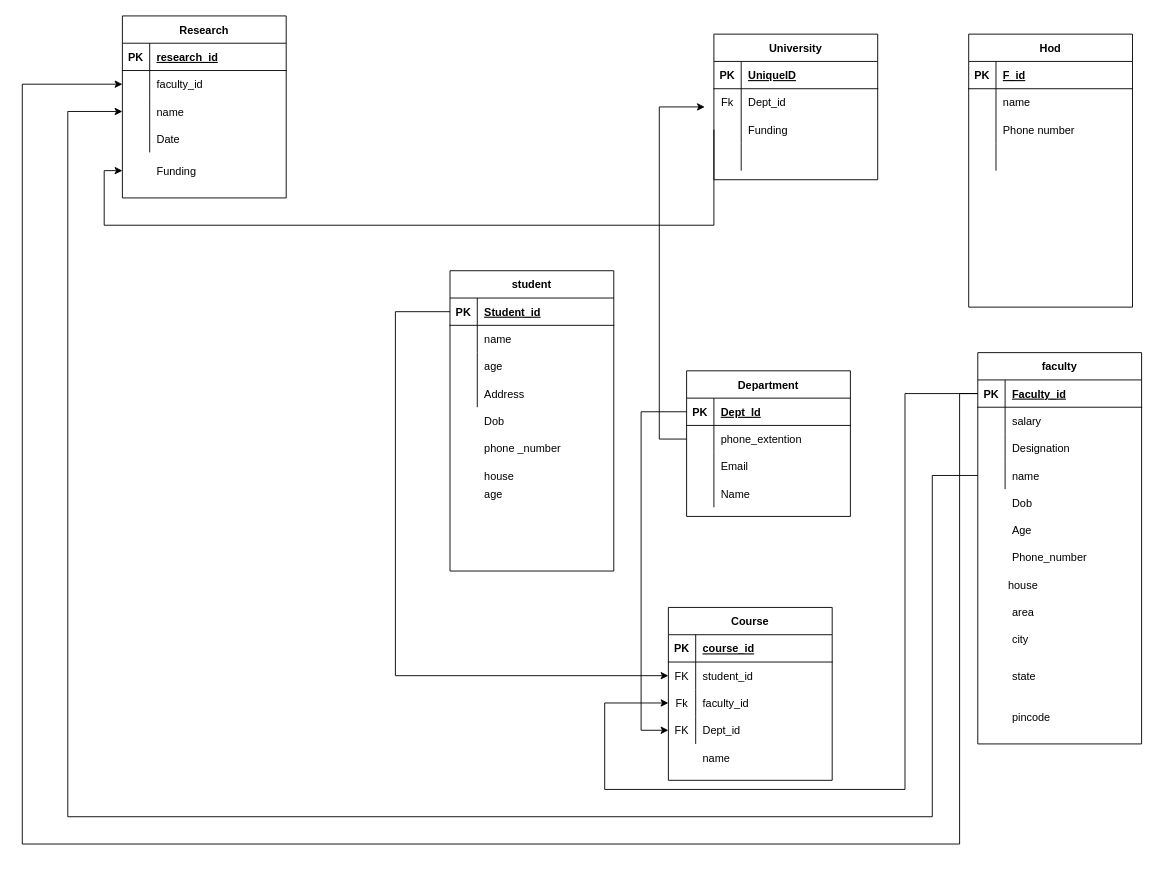
Before: Untitled Diagram.drawio in ckarandev010/DBMS-schema, a draw.io diagram. Source tidied: cells renumbered, new cells numbered last; positions are measured from the earlier drawing's top-left corner, leaving out a move shared by most shapes. Both pictures are drawn from the tidied source at 91%, with x=0, y=0 at pixel (22, 15).
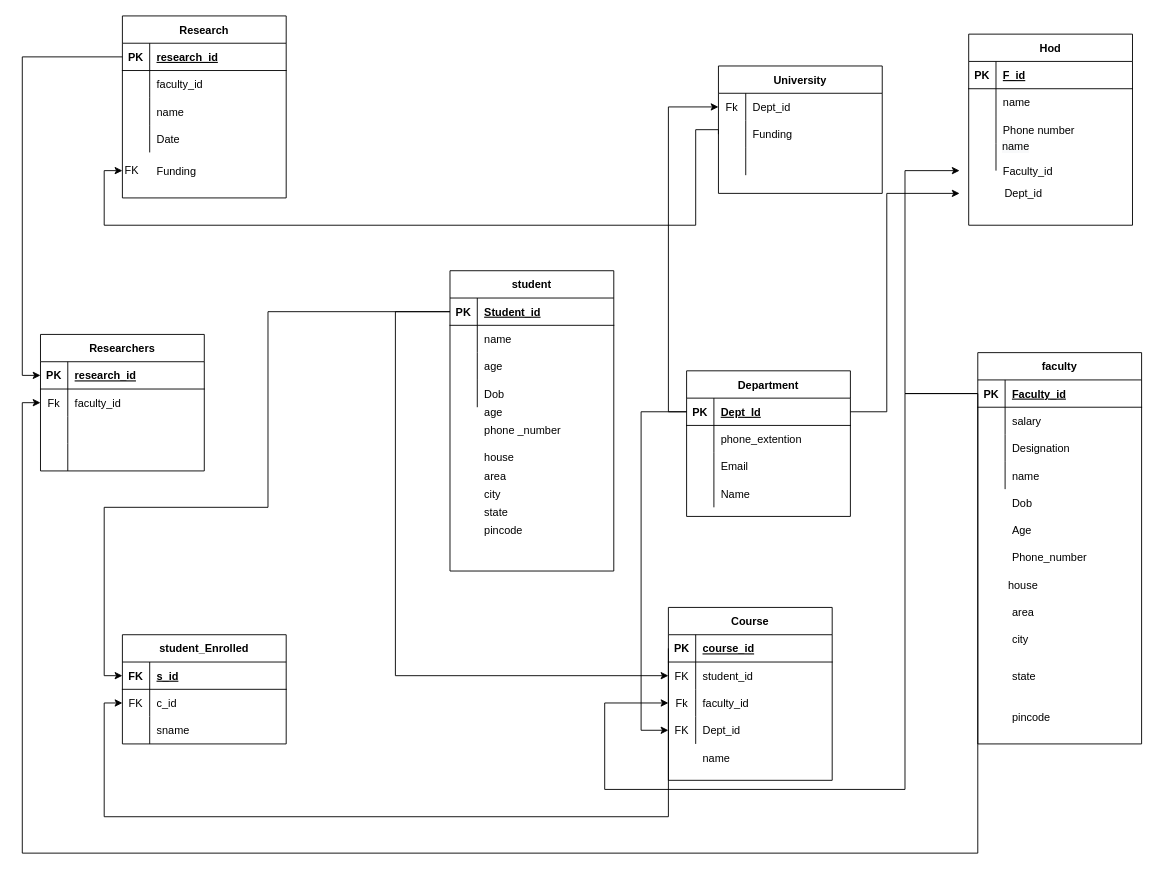
The same page after the edit.

Unchanged cells that the change refers to:
```xml
<mxCell id="3" style="shape=partialRectangle;fillColor=none;top=0;left=0;bottom=1;right=0;points=[[0,0.5],[1,0.5]];portConstraint=eastwest;" parent="2" vertex="1">
  <mxGeometry y="30" width="180" height="30" as="geometry" />
</mxCell>
<mxCell id="12" style="shape=partialRectangle;fillColor=none;top=0;left=0;bottom=0;right=0;" parent="2" vertex="1">
  <mxGeometry y="120" width="180" height="30" as="geometry" />
</mxCell>
<mxCell id="16" style="shape=partialRectangle;fillColor=none;top=0;left=0;bottom=1;right=0;points=[[0,0.5],[1,0.5]];portConstraint=eastwest;" parent="15" vertex="1">
  <mxGeometry y="30" width="180" height="30" as="geometry" />
</mxCell>
<mxCell id="25" style="shape=partialRectangle;fillColor=none;top=0;left=0;bottom=0;right=0;points=[[0,0.5],[1,0.5]];portConstraint=eastwest;" parent="15" vertex="1">
  <mxGeometry y="120" width="180" height="30" as="geometry" />
</mxCell>
<mxCell id="35" style="shape=partialRectangle;fillColor=none;top=0;left=0;bottom=1;right=0;points=[[0,0.5],[1,0.5]];portConstraint=eastwest;" parent="34" vertex="1">
  <mxGeometry y="30" width="180" height="30" as="geometry" />
</mxCell>
<mxCell id="57" style="shape=partialRectangle;fillColor=none;top=0;left=0;bottom=1;right=0;points=[[0,0.5],[1,0.5]];portConstraint=eastwest;" parent="56" vertex="1">
  <mxGeometry y="30" width="180" height="30" as="geometry" />
</mxCell>
<mxCell id="60" style="shape=partialRectangle;fillColor=none;top=0;left=0;bottom=0;right=0;points=[[0,0.5],[1,0.5]];portConstraint=eastwest;" parent="56" vertex="1">
  <mxGeometry y="60" width="180" height="30" as="geometry" />
</mxCell>
<mxCell id="125" style="shape=partialRectangle;fillColor=none;top=0;left=0;bottom=1;right=0;points=[[0,0.5],[1,0.5]];portConstraint=eastwest;" parent="124" vertex="1">
  <mxGeometry y="30" width="180" height="30" as="geometry" />
</mxCell>
<mxCell id="128" style="shape=partialRectangle;fillColor=none;top=0;left=0;bottom=0;right=0;points=[[0,0.5],[1,0.5]];portConstraint=eastwest;" parent="124" vertex="1">
  <mxGeometry y="60" width="180" height="30" as="geometry" />
</mxCell>
<mxCell id="131" style="shape=partialRectangle;fillColor=none;top=0;left=0;bottom=0;right=0;points=[[0,0.5],[1,0.5]];portConstraint=eastwest;" parent="124" vertex="1">
  <mxGeometry y="90" width="180" height="30" as="geometry" />
</mxCell>
```

What changed in the source:
```diff
@@
-    <mxCell id="14" value="Address" style="shape=partialRectangle;fillColor=none;top=0;left=0;bottom=0;right=0;align=left;spacingLeft=6;overflow=hidden;" parent="12" vertex="1">
+    <mxCell id="14" style="shape=partialRectangle;fillColor=none;top=0;left=0;bottom=0;right=0;align=left;spacingLeft=6;overflow=hidden;" parent="12" vertex="1">
       <mxGeometry x="30" width="150" height="30" as="geometry" />
     </mxCell>
@@
     <mxCell id="47" style="shape=partialRectangle;fillColor=none;top=0;left=0;bottom=0;right=0;" parent="1" vertex="1">
-      <mxGeometry x="470" y="430" width="180" height="30" as="geometry" />
+      <mxGeometry x="470" y="400" width="180" height="30" as="geometry" />
     </mxCell>
@@
     <mxCell id="50" style="shape=partialRectangle;fillColor=none;top=0;left=0;bottom=0;right=0;" parent="1" vertex="1">
-      <mxGeometry x="470" y="460" width="180" height="30" as="geometry" />
+      <mxGeometry x="470" y="440" width="180" height="30" as="geometry" />
     </mxCell>
@@
     <mxCell id="69" value="University" style="shape=table;startSize=30;childLayout=tableLayout;rowLines=0;fontStyle=1;align=center;" parent="1" vertex="1">
-      <mxGeometry x="760" y="20" width="180" height="160" as="geometry" />
+      <mxGeometry x="765" y="55" width="180" height="140" as="geometry" />
     </mxCell>
-    <mxCell id="70" style="shape=partialRectangle;fillColor=none;top=0;left=0;bottom=1;right=0;" parent="69" vertex="1">
-      <mxGeometry y="30" width="180" height="30" as="geometry" />
-    </mxCell>
-    <mxCell id="71" value="PK" style="shape=partialRectangle;fillColor=none;top=0;left=0;bottom=0;right=0;fontStyle=1;overflow=hidden;" parent="70" vertex="1">
-      <mxGeometry width="30" height="30" as="geometry" />
-    </mxCell>
-    <mxCell id="72" value="UniqueID" style="shape=partialRectangle;fillColor=none;top=0;left=0;bottom=0;right=0;align=left;spacingLeft=6;fontStyle=5;overflow=hidden;" parent="70" vertex="1">
-      <mxGeometry x="30" width="150" height="30" as="geometry" />
-    </mxCell>
     <mxCell id="73" style="shape=partialRectangle;fillColor=none;top=0;left=0;bottom=0;right=0;points=[[0,0.5],[1,0.5]];portConstraint=eastwest;" parent="69" vertex="1">
-      <mxGeometry y="60" width="180" height="30" as="geometry" />
+      <mxGeometry y="30" width="180" height="30" as="geometry" />
     </mxCell>
@@
     <mxCell id="76" style="shape=partialRectangle;fillColor=none;top=0;left=0;bottom=0;right=0;points=[[0,0.5],[1,0.5]];portConstraint=eastwest;" parent="69" vertex="1">
-      <mxGeometry y="90" width="180" height="30" as="geometry" />
+      <mxGeometry y="60" width="180" height="30" as="geometry" />
     </mxCell>
@@
     <mxCell id="79" style="shape=partialRectangle;fillColor=none;top=0;left=0;bottom=0;right=0;" parent="69" vertex="1">
-      <mxGeometry y="120" width="180" height="30" as="geometry" />
+      <mxGeometry y="90" width="180" height="30" as="geometry" />
     </mxCell>
@@
-    <mxCell id="101" style="edgeStyle=orthogonalEdgeStyle;rounded=0;jettySize=auto;html=1;exitX=0;exitY=0.5;exitDx=0;exitDy=0;" parent="1" edge="1" source="60">
-      <mxGeometry relative="1" as="geometry">
-        <mxPoint x="750" y="100" as="targetPoint" />
-        <Array as="points">
-          <mxPoint x="700" y="465" />
-          <mxPoint x="700" y="100" />
-        </Array>
-      </mxGeometry>
-    </mxCell>
     <mxCell id="102" style="shape=partialRectangle;fillColor=none;top=0;left=0;bottom=0;right=0;" parent="1" vertex="1">
-      <mxGeometry x="470" y="490" width="180" height="30" as="geometry" />
+      <mxGeometry x="470" y="470" width="180" height="30" as="geometry" />
     </mxCell>
@@
     <mxCell id="105" style="shape=partialRectangle;fillColor=none;top=0;left=0;bottom=0;right=0;" parent="1" vertex="1">
-      <mxGeometry x="470" y="510" width="180" height="30" as="geometry" />
+      <mxGeometry x="470" y="420" width="180" height="30" as="geometry" />
     </mxCell>
@@
     <mxCell id="111" value="Hod" style="shape=table;startSize=30;childLayout=tableLayout;rowLines=0;fontStyle=1;align=center;" parent="1" vertex="1">
-      <mxGeometry x="1040" y="20" width="180" height="300" as="geometry" />
+      <mxGeometry x="1040" y="20" width="180" height="210" as="geometry" />
     </mxCell>
@@
-    <mxCell id="137" style="edgeStyle=orthogonalEdgeStyle;rounded=0;jettySize=auto;html=1;exitX=0;exitY=0.5;exitDx=0;exitDy=0;entryX=0;entryY=0.5;entryDx=0;entryDy=0;" parent="1" edge="1" source="16" target="128">
-      <mxGeometry relative="1" as="geometry">
-        <Array as="points">
-          <mxPoint x="1030" y="415" />
-          <mxPoint x="1030" y="910" />
-          <mxPoint y="910" />
-          <mxPoint y="75" />
-        </Array>
-      </mxGeometry>
-    </mxCell>
-    <mxCell id="138" style="edgeStyle=orthogonalEdgeStyle;rounded=0;jettySize=auto;html=1;exitX=0;exitY=0.5;exitDx=0;exitDy=0;entryX=0;entryY=0.5;entryDx=0;entryDy=0;" parent="1" edge="1" source="25" target="131">
-      <mxGeometry relative="1" as="geometry">
-        <Array as="points">
-          <mxPoint x="1000" y="505" />
-          <mxPoint x="1000" y="880" />
-          <mxPoint x="50" y="880" />
-          <mxPoint x="50" y="105" />
-        </Array>
-      </mxGeometry>
-    </mxCell>
@@
     <mxCell id="140" style="edgeStyle=orthogonalEdgeStyle;rounded=0;jettySize=auto;html=1;exitX=0;exitY=0.5;exitDx=0;exitDy=0;" parent="1" edge="1" source="76">
       <mxGeometry relative="1" as="geometry">
         <mxPoint x="110" y="170" as="targetPoint" />
         <Array as="points">
-          <mxPoint x="760" y="230" />
+          <mxPoint x="740" y="125" />
+          <mxPoint x="740" y="230" />
           <mxPoint x="90" y="230" />
+          <mxPoint x="90" y="170" />
         </Array>
       </mxGeometry>
     </mxCell>
+    <mxCell id="141" value="Researchers" style="shape=table;startSize=30;childLayout=tableLayout;rowLines=0;fontStyle=1;align=center;" parent="1" vertex="1">
+      <mxGeometry x="20" y="350" width="180" height="150" as="geometry" />
+    </mxCell>
+    <mxCell id="142" style="shape=partialRectangle;fillColor=none;top=0;left=0;bottom=1;right=0;points=[[0,0.5],[1,0.5]];portConstraint=eastwest;" parent="141" vertex="1">
+      <mxGeometry y="30" width="180" height="30" as="geometry" />
+    </mxCell>
+    <mxCell id="71" value="PK" style="shape=partialRectangle;fillColor=none;top=0;left=0;bottom=0;right=0;fontStyle=1;overflow=hidden;" parent="142" vertex="1">
+      <mxGeometry width="30" height="30" as="geometry" />
+    </mxCell>
+    <mxCell id="143" value="research_id" style="shape=partialRectangle;fillColor=none;top=0;left=0;bottom=0;right=0;align=left;spacingLeft=6;fontStyle=5;overflow=hidden;" parent="142" vertex="1">
+      <mxGeometry x="30" width="150" height="30" as="geometry" />
+    </mxCell>
+    <mxCell id="144" style="shape=partialRectangle;fillColor=none;top=0;left=0;bottom=0;right=0;points=[[0,0.5],[1,0.5]];portConstraint=eastwest;" parent="141" vertex="1">
+      <mxGeometry y="60" width="180" height="30" as="geometry" />
+    </mxCell>
+    <mxCell id="145" value="Fk" style="shape=partialRectangle;fillColor=none;top=0;left=0;bottom=0;right=0;overflow=hidden;" parent="144" vertex="1">
+      <mxGeometry width="30" height="30" as="geometry" />
+    </mxCell>
+    <mxCell id="146" value="faculty_id" style="shape=partialRectangle;fillColor=none;top=0;left=0;bottom=0;right=0;align=left;spacingLeft=6;overflow=hidden;" parent="144" vertex="1">
+      <mxGeometry x="30" width="150" height="30" as="geometry" />
+    </mxCell>
+    <mxCell id="147" style="shape=partialRectangle;fillColor=none;top=0;left=0;bottom=0;right=0;" parent="141" vertex="1">
+      <mxGeometry y="90" width="180" height="30" as="geometry" />
+    </mxCell>
+    <mxCell id="148" style="shape=partialRectangle;fillColor=none;top=0;left=0;bottom=0;right=0;overflow=hidden;" parent="147" vertex="1">
+      <mxGeometry width="30" height="30" as="geometry" />
+    </mxCell>
+    <mxCell id="149" style="shape=partialRectangle;fillColor=none;top=0;left=0;bottom=0;right=0;align=left;spacingLeft=6;overflow=hidden;" parent="147" vertex="1">
+      <mxGeometry x="30" width="150" height="30" as="geometry" />
+    </mxCell>
+    <mxCell id="150" style="shape=partialRectangle;fillColor=none;top=0;left=0;bottom=0;right=0;" parent="141" vertex="1">
+      <mxGeometry y="120" width="180" height="30" as="geometry" />
+    </mxCell>
+    <mxCell id="151" style="shape=partialRectangle;fillColor=none;top=0;left=0;bottom=0;right=0;overflow=hidden;" parent="150" vertex="1">
+      <mxGeometry width="30" height="30" as="geometry" />
+    </mxCell>
+    <mxCell id="152" style="shape=partialRectangle;fillColor=none;top=0;left=0;bottom=0;right=0;align=left;spacingLeft=6;overflow=hidden;" parent="150" vertex="1">
+      <mxGeometry x="30" width="150" height="30" as="geometry" />
+    </mxCell>
+    <mxCell id="153" value="&lt;span style=&quot;color: rgb(0, 0, 0); font-family: helvetica; font-size: 12px; font-style: normal; font-weight: 400; letter-spacing: normal; text-align: left; text-indent: 0px; text-transform: none; word-spacing: 0px; background-color: rgb(248, 249, 250); display: inline; float: none;&quot;&gt;name&lt;/span&gt;" style="text;whiteSpace=wrap;html=1;" parent="1" vertex="1">
+      <mxGeometry x="1075" y="130" width="60" height="30" as="geometry" />
+    </mxCell>
+    <mxCell id="154" style="edgeStyle=orthogonalEdgeStyle;rounded=0;jettySize=auto;html=1;exitX=1;exitY=0.5;exitDx=0;exitDy=0;" parent="1" edge="1" source="57">
+      <mxGeometry relative="1" as="geometry">
+        <mxPoint x="1030" y="195" as="targetPoint" />
+        <Array as="points">
+          <mxPoint x="950" y="435" />
+          <mxPoint x="950" y="195" />
+        </Array>
+      </mxGeometry>
+    </mxCell>
+    <mxCell id="155" value="Dept_id" style="text;html=1;align=center;verticalAlign=middle;strokeColor=none;" parent="1" vertex="1">
+      <mxGeometry x="1070" y="185" width="60" height="20" as="geometry" />
+    </mxCell>
+    <mxCell id="156" style="edgeStyle=orthogonalEdgeStyle;rounded=0;jettySize=auto;html=1;exitX=0;exitY=0.5;exitDx=0;exitDy=0;entryX=0;entryY=0.5;entryDx=0;entryDy=0;" parent="1" edge="1" source="57" target="73">
+      <mxGeometry relative="1" as="geometry" />
+    </mxCell>
+    <mxCell id="157" value="Faculty_id" style="shape=partialRectangle;fillColor=none;top=0;left=0;bottom=0;right=0;align=left;spacingLeft=6;overflow=hidden;" parent="1" vertex="1">
+      <mxGeometry x="1070" y="155" width="150" height="30" as="geometry" />
+    </mxCell>
+    <mxCell id="158" style="edgeStyle=orthogonalEdgeStyle;rounded=0;jettySize=auto;html=1;exitX=0;exitY=0.5;exitDx=0;exitDy=0;" parent="1" edge="1" source="16">
+      <mxGeometry relative="1" as="geometry">
+        <mxPoint x="1030" y="170" as="targetPoint" />
+        <Array as="points">
+          <mxPoint x="970" y="415" />
+          <mxPoint x="970" y="170" />
+        </Array>
+      </mxGeometry>
+    </mxCell>
+    <mxCell id="159" style="shape=partialRectangle;fillColor=none;top=0;left=0;bottom=0;right=0;" parent="1" vertex="1">
+      <mxGeometry x="470" y="490" width="180" height="30" as="geometry" />
+    </mxCell>
+    <mxCell id="160" style="shape=partialRectangle;fillColor=none;top=0;left=0;bottom=0;right=0;overflow=hidden;" parent="159" vertex="1">
+      <mxGeometry width="30" height="30" as="geometry" />
+    </mxCell>
+    <mxCell id="161" value="area" style="shape=partialRectangle;fillColor=none;top=0;left=0;bottom=0;right=0;align=left;spacingLeft=6;overflow=hidden;" parent="159" vertex="1">
+      <mxGeometry x="30" width="150" height="30" as="geometry" />
+    </mxCell>
+    <mxCell id="162" style="shape=partialRectangle;fillColor=none;top=0;left=0;bottom=0;right=0;" parent="1" vertex="1">
+      <mxGeometry x="470" y="510" width="180" height="30" as="geometry" />
+    </mxCell>
+    <mxCell id="163" style="shape=partialRectangle;fillColor=none;top=0;left=0;bottom=0;right=0;overflow=hidden;" parent="162" vertex="1">
+      <mxGeometry width="30" height="30" as="geometry" />
+    </mxCell>
+    <mxCell id="164" value="city" style="shape=partialRectangle;fillColor=none;top=0;left=0;bottom=0;right=0;align=left;spacingLeft=6;overflow=hidden;" parent="162" vertex="1">
+      <mxGeometry x="30" width="150" height="30" as="geometry" />
+    </mxCell>
+    <mxCell id="165" style="shape=partialRectangle;fillColor=none;top=0;left=0;bottom=0;right=0;" parent="1" vertex="1">
+      <mxGeometry x="470" y="530" width="180" height="30" as="geometry" />
+    </mxCell>
+    <mxCell id="166" style="shape=partialRectangle;fillColor=none;top=0;left=0;bottom=0;right=0;overflow=hidden;" parent="165" vertex="1">
+      <mxGeometry width="30" height="30" as="geometry" />
+    </mxCell>
+    <mxCell id="167" value="state" style="shape=partialRectangle;fillColor=none;top=0;left=0;bottom=0;right=0;align=left;spacingLeft=6;overflow=hidden;" parent="165" vertex="1">
+      <mxGeometry x="30" width="150" height="30" as="geometry" />
+    </mxCell>
+    <mxCell id="168" style="shape=partialRectangle;fillColor=none;top=0;left=0;bottom=0;right=0;" parent="1" vertex="1">
+      <mxGeometry x="470" y="550" width="180" height="30" as="geometry" />
+    </mxCell>
+    <mxCell id="169" style="shape=partialRectangle;fillColor=none;top=0;left=0;bottom=0;right=0;overflow=hidden;" parent="168" vertex="1">
+      <mxGeometry width="30" height="30" as="geometry" />
+    </mxCell>
+    <mxCell id="170" value="pincode" style="shape=partialRectangle;fillColor=none;top=0;left=0;bottom=0;right=0;align=left;spacingLeft=6;overflow=hidden;" parent="168" vertex="1">
+      <mxGeometry x="30" width="150" height="30" as="geometry" />
+    </mxCell>
+    <mxCell id="171" style="edgeStyle=orthogonalEdgeStyle;rounded=0;jettySize=auto;html=1;exitX=0;exitY=0.5;exitDx=0;exitDy=0;entryX=0;entryY=0.5;entryDx=0;entryDy=0;" parent="1" edge="1" source="125" target="142">
+      <mxGeometry relative="1" as="geometry" />
+    </mxCell>
+    <mxCell id="172" style="edgeStyle=orthogonalEdgeStyle;rounded=0;jettySize=auto;html=1;exitX=0;exitY=0.5;exitDx=0;exitDy=0;entryX=0;entryY=0.5;entryDx=0;entryDy=0;" parent="1" edge="1" source="16" target="144">
+      <mxGeometry relative="1" as="geometry">
+        <Array as="points">
+          <mxPoint x="1050" y="920" />
+          <mxPoint y="920" />
+          <mxPoint y="425" />
+        </Array>
+      </mxGeometry>
+    </mxCell>
+    <mxCell id="173" value="FK" style="text;html=1;align=center;verticalAlign=middle;strokeColor=none;" parent="1" vertex="1">
+      <mxGeometry x="105" y="160" width="30" height="20" as="geometry" />
+    </mxCell>
+    <mxCell id="174" value="student_Enrolled" style="shape=table;startSize=30;childLayout=tableLayout;rowLines=0;fontStyle=1;align=center;" parent="1" vertex="1">
+      <mxGeometry x="110" y="680" width="180" height="120" as="geometry" />
+    </mxCell>
+    <mxCell id="175" style="shape=partialRectangle;fillColor=none;top=0;left=0;bottom=1;right=0;points=[[0,0.5],[1,0.5]];portConstraint=eastwest;" parent="174" vertex="1">
+      <mxGeometry y="30" width="180" height="30" as="geometry" />
+    </mxCell>
+    <mxCell id="176" value="FK" style="shape=partialRectangle;fillColor=none;top=0;left=0;bottom=0;right=0;fontStyle=1;overflow=hidden;" parent="175" vertex="1">
+      <mxGeometry width="30" height="30" as="geometry" />
+    </mxCell>
+    <mxCell id="177" value="s_id" style="shape=partialRectangle;fillColor=none;top=0;left=0;bottom=0;right=0;align=left;spacingLeft=6;fontStyle=5;overflow=hidden;" parent="175" vertex="1">
+      <mxGeometry x="30" width="150" height="30" as="geometry" />
+    </mxCell>
+    <mxCell id="178" style="shape=partialRectangle;fillColor=none;top=0;left=0;bottom=0;right=0;points=[[0,0.5],[1,0.5]];portConstraint=eastwest;" parent="174" vertex="1">
+      <mxGeometry y="60" width="180" height="30" as="geometry" />
+    </mxCell>
+    <mxCell id="179" value="FK" style="shape=partialRectangle;fillColor=none;top=0;left=0;bottom=0;right=0;overflow=hidden;" parent="178" vertex="1">
+      <mxGeometry width="30" height="30" as="geometry" />
+    </mxCell>
+    <mxCell id="180" value="c_id" style="shape=partialRectangle;fillColor=none;top=0;left=0;bottom=0;right=0;align=left;spacingLeft=6;overflow=hidden;" parent="178" vertex="1">
+      <mxGeometry x="30" width="150" height="30" as="geometry" />
+    </mxCell>
+    <mxCell id="181" style="shape=partialRectangle;fillColor=none;top=0;left=0;bottom=0;right=0;" parent="174" vertex="1">
+      <mxGeometry y="90" width="180" height="30" as="geometry" />
+    </mxCell>
+    <mxCell id="182" style="shape=partialRectangle;fillColor=none;top=0;left=0;bottom=0;right=0;overflow=hidden;" parent="181" vertex="1">
+      <mxGeometry width="30" height="30" as="geometry" />
+    </mxCell>
+    <mxCell id="183" value="sname" style="shape=partialRectangle;fillColor=none;top=0;left=0;bottom=0;right=0;align=left;spacingLeft=6;overflow=hidden;" parent="181" vertex="1">
+      <mxGeometry x="30" width="150" height="30" as="geometry" />
+    </mxCell>
+    <mxCell id="184" style="edgeStyle=orthogonalEdgeStyle;rounded=0;jettySize=auto;html=1;exitX=0;exitY=0.5;exitDx=0;exitDy=0;entryX=0;entryY=0.5;entryDx=0;entryDy=0;" parent="1" edge="1" source="3" target="175">
+      <mxGeometry relative="1" as="geometry">
+        <Array as="points">
+          <mxPoint x="270" y="325" />
+          <mxPoint x="270" y="540" />
+          <mxPoint x="90" y="540" />
+          <mxPoint x="90" y="725" />
+        </Array>
+      </mxGeometry>
+    </mxCell>
+    <mxCell id="185" style="edgeStyle=orthogonalEdgeStyle;rounded=0;jettySize=auto;html=1;exitX=0;exitY=0.5;exitDx=0;exitDy=0;entryX=0;entryY=0.5;entryDx=0;entryDy=0;" parent="1" edge="1" source="35" target="178">
+      <mxGeometry relative="1" as="geometry">
+        <Array as="points">
+          <mxPoint x="710" y="880" />
+          <mxPoint x="90" y="880" />
+          <mxPoint x="90" y="755" />
+        </Array>
+      </mxGeometry>
+    </mxCell>
```
